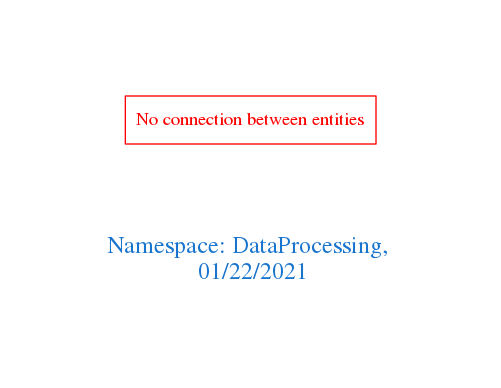
Earlier version of the Graphviz export downloads/DataProcessing.png (arago/OGIT). Its source is kept beside it as downloads/DataProcessing.dot.
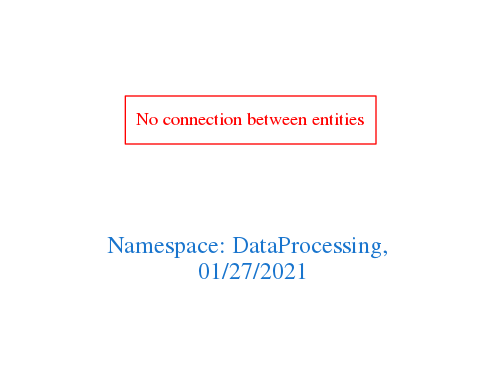
The same file after the commit.

Change to the diagram source:
```diff
@@ -1,7 +1,7 @@
 digraph OGIT_ontology {
  graph [ rankdir= LR,pad=1
 fontsize = 18,
-fontcolor= dodgerblue3,label = "\n\n\nNamespace: DataProcessing, \n 01/22/2021"];
+fontcolor= dodgerblue3,label = "\n\n\nNamespace: DataProcessing, \n 01/27/2021"];
 node[shape=polygon];
 edge [  color="gray81"];
 
```
